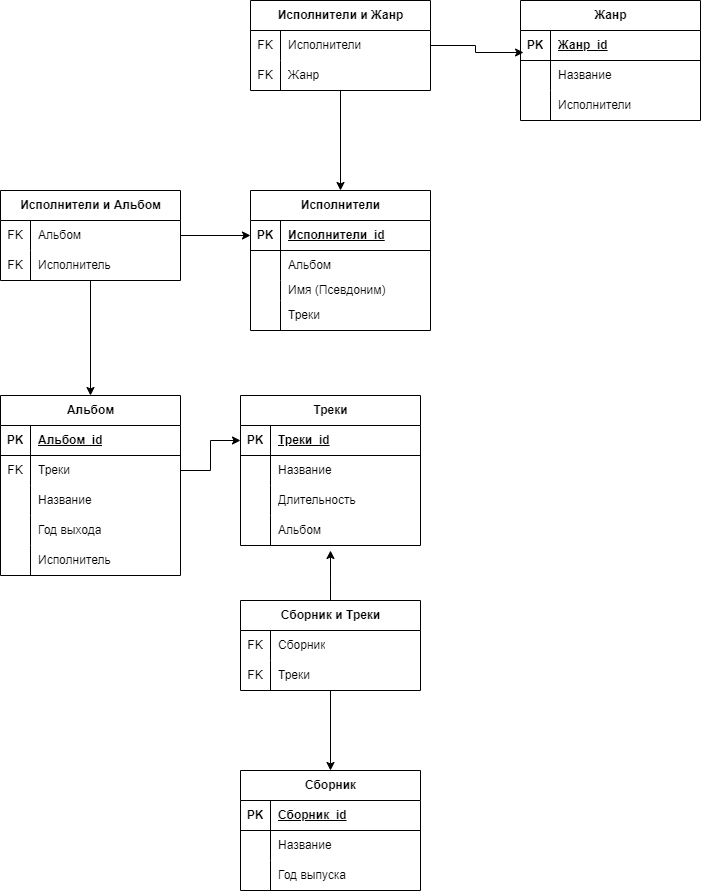
Above: Дз2.png in Alexander362023/DS (draw.io), before the change. Source tidied: cells renumbered, new cells last; positions are measured from the earlier drawing's top-left corner, leaving out a move shared by most shapes.
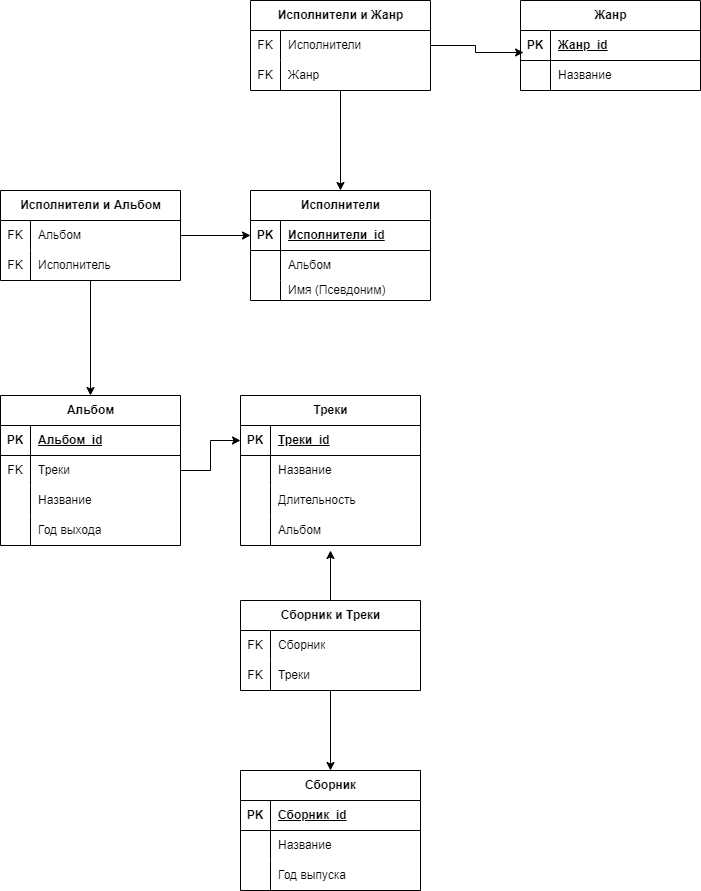
Above is the later version.

What changed in the source:
```diff
@@ -3,7 +3,7 @@
     <mxCell id="0" />
     <mxCell id="1" parent="0" />
     <mxCell id="2" value="Исполнители" style="shape=table;startSize=30;rowLines=0;fontStyle=1;align=center;html=1;" parent="1" vertex="1">
-      <mxGeometry x="250" y="190" width="180" height="140" as="geometry" />
+      <mxGeometry x="250" y="190" width="180" height="110" as="geometry" />
     </mxCell>
     <mxCell id="3" style="shape=tableRow;horizontal=0;startSize=0;swimlaneHead=0;swimlaneBody=0;fillColor=none;points=[[0,0.5],[1,0.5]];portConstraint=eastwest;top=0;left=0;right=0;bottom=1;" parent="2" vertex="1">
       <mxGeometry y="30" width="180" height="30" as="geometry" />
@@ -32,17 +32,8 @@
     <mxCell id="11" value="Имя (Псевдоним)" style="shape=partialRectangle;fillColor=none;top=0;left=0;bottom=0;right=0;align=left;spacingLeft=6;overflow=hidden;whiteSpace=wrap;html=1;" parent="9" vertex="1">
       <mxGeometry x="30" width="150" height="20" as="geometry" />
     </mxCell>
-    <mxCell id="12" style="shape=tableRow;horizontal=0;startSize=0;swimlaneHead=0;swimlaneBody=0;fillColor=none;top=0;left=0;right=0;bottom=0;" parent="2" vertex="1">
-      <mxGeometry y="110" width="180" height="30" as="geometry" />
-    </mxCell>
-    <mxCell id="13" style="shape=partialRectangle;fillColor=none;top=0;left=0;bottom=0;right=0;overflow=hidden;whiteSpace=wrap;html=1;" parent="12" vertex="1">
-      <mxGeometry width="30" height="30" as="geometry" />
-    </mxCell>
-    <mxCell id="14" value="Треки" style="shape=partialRectangle;fillColor=none;top=0;left=0;bottom=0;right=0;align=left;spacingLeft=6;overflow=hidden;whiteSpace=wrap;html=1;" parent="12" vertex="1">
-      <mxGeometry x="30" width="150" height="30" as="geometry" />
-    </mxCell>
     <mxCell id="15" value="Жанр" style="shape=table;startSize=30;rowLines=0;fontStyle=1;align=center;html=1;" parent="1" vertex="1">
-      <mxGeometry x="520" width="180" height="120" as="geometry" />
+      <mxGeometry x="520" width="180" height="90" as="geometry" />
     </mxCell>
     <mxCell id="16" style="shape=tableRow;horizontal=0;startSize=0;swimlaneHead=0;swimlaneBody=0;fillColor=none;points=[[0,0.5],[1,0.5]];portConstraint=eastwest;top=0;left=0;right=0;bottom=1;" parent="15" vertex="1">
       <mxGeometry y="30" width="180" height="30" as="geometry" />
@@ -62,15 +53,6 @@
     <mxCell id="21" value="Название" style="shape=partialRectangle;fillColor=none;top=0;left=0;bottom=0;right=0;align=left;spacingLeft=6;overflow=hidden;whiteSpace=wrap;html=1;" parent="19" vertex="1">
       <mxGeometry x="30" width="150" height="30" as="geometry" />
     </mxCell>
-    <mxCell id="22" style="shape=tableRow;horizontal=0;startSize=0;swimlaneHead=0;swimlaneBody=0;fillColor=none;top=0;left=0;right=0;bottom=0;" parent="15" vertex="1">
-      <mxGeometry y="90" width="180" height="30" as="geometry" />
-    </mxCell>
-    <mxCell id="23" style="shape=partialRectangle;fillColor=none;top=0;left=0;bottom=0;right=0;overflow=hidden;whiteSpace=wrap;html=1;" parent="22" vertex="1">
-      <mxGeometry width="30" height="30" as="geometry" />
-    </mxCell>
-    <mxCell id="24" value="Исполнители" style="shape=partialRectangle;fillColor=none;top=0;left=0;bottom=0;right=0;align=left;spacingLeft=6;overflow=hidden;whiteSpace=wrap;html=1;" parent="22" vertex="1">
-      <mxGeometry x="30" width="150" height="30" as="geometry" />
-    </mxCell>
     <mxCell id="25" style="edgeStyle=orthogonalEdgeStyle;rounded=0;jettySize=auto;html=1;entryX=0.5;entryY=0;entryDx=0;entryDy=0;" parent="1" edge="1" source="26" target="2">
       <mxGeometry relative="1" as="geometry" />
     </mxCell>
@@ -123,7 +105,7 @@
       <mxGeometry x="30" width="150" height="30" as="geometry" />
     </mxCell>
     <mxCell id="42" value="Альбом" style="shape=table;startSize=30;rowLines=0;fontStyle=1;align=center;html=1;" parent="1" vertex="1">
-      <mxGeometry y="395" width="180" height="180" as="geometry" />
+      <mxGeometry y="395" width="180" height="150" as="geometry" />
     </mxCell>
     <mxCell id="43" style="shape=tableRow;horizontal=0;startSize=0;swimlaneHead=0;swimlaneBody=0;fillColor=none;top=0;left=0;right=0;bottom=1;" parent="42" vertex="1">
       <mxGeometry y="30" width="180" height="30" as="geometry" />
@@ -161,15 +143,6 @@
     <mxCell id="54" value="Год выхода" style="shape=partialRectangle;fillColor=none;top=0;left=0;bottom=0;right=0;align=left;spacingLeft=6;overflow=hidden;whiteSpace=wrap;html=1;" parent="52" vertex="1">
       <mxGeometry x="30" width="150" height="30" as="geometry" />
     </mxCell>
-    <mxCell id="55" style="shape=tableRow;horizontal=0;startSize=0;swimlaneHead=0;swimlaneBody=0;fillColor=none;top=0;left=0;right=0;bottom=0;" parent="42" vertex="1">
-      <mxGeometry y="150" width="180" height="30" as="geometry" />
-    </mxCell>
-    <mxCell id="56" style="shape=partialRectangle;fillColor=none;top=0;left=0;bottom=0;right=0;overflow=hidden;whiteSpace=wrap;html=1;" parent="55" vertex="1">
-      <mxGeometry width="30" height="30" as="geometry" />
-    </mxCell>
-    <mxCell id="57" value="Исполнитель" style="shape=partialRectangle;fillColor=none;top=0;left=0;bottom=0;right=0;align=left;spacingLeft=6;overflow=hidden;whiteSpace=wrap;html=1;" parent="55" vertex="1">
-      <mxGeometry x="30" width="150" height="30" as="geometry" />
-    </mxCell>
     <mxCell id="58" style="edgeStyle=orthogonalEdgeStyle;rounded=0;jettySize=auto;html=1;entryX=0;entryY=0.5;entryDx=0;entryDy=0;" parent="1" edge="1" source="36" target="3">
       <mxGeometry relative="1" as="geometry" />
     </mxCell>
```
